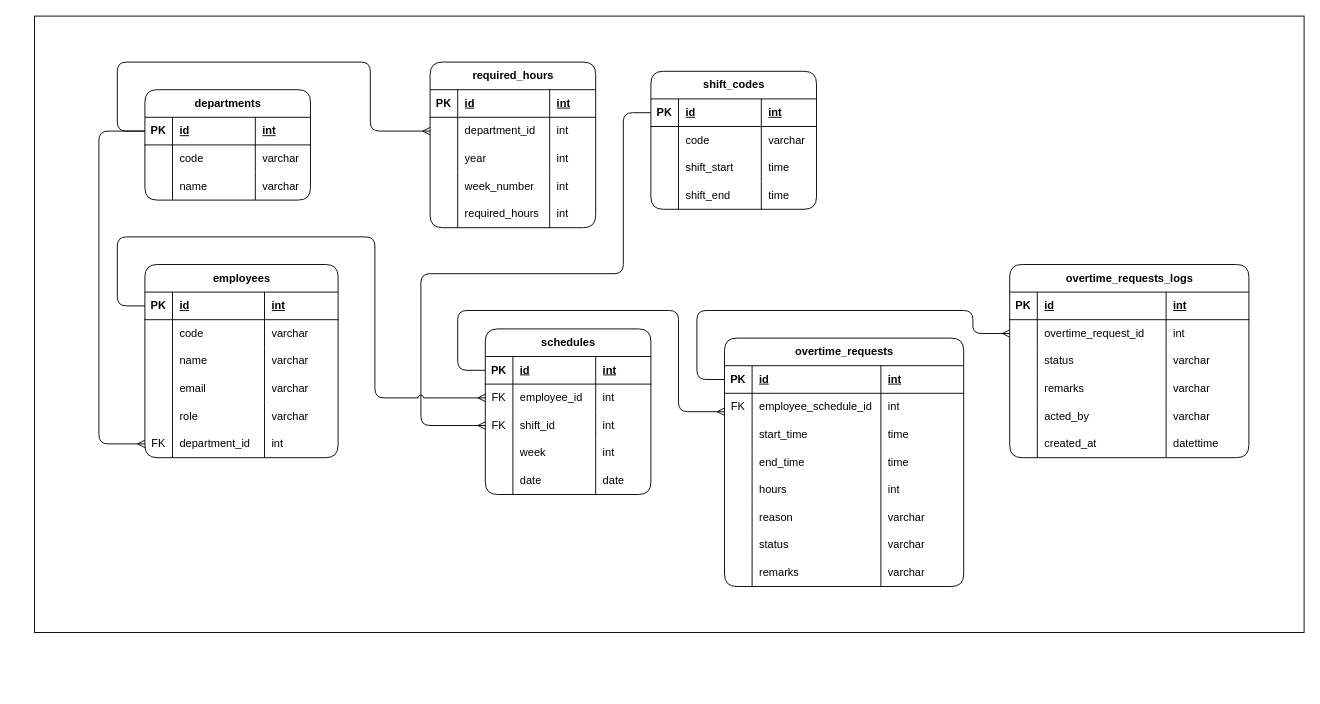
Above: overtime-tracker-erd.drawio in marksxiety/overtime-tracker-dev (draw.io), before the change. Source tidied: cells renumbered, new cells numbered last; positions are measured from the earlier drawing's top-left corner, leaving out a move shared by most shapes. Both pictures are drawn from the tidied source at 92%, with x=0, y=0 at pixel (34, 16).
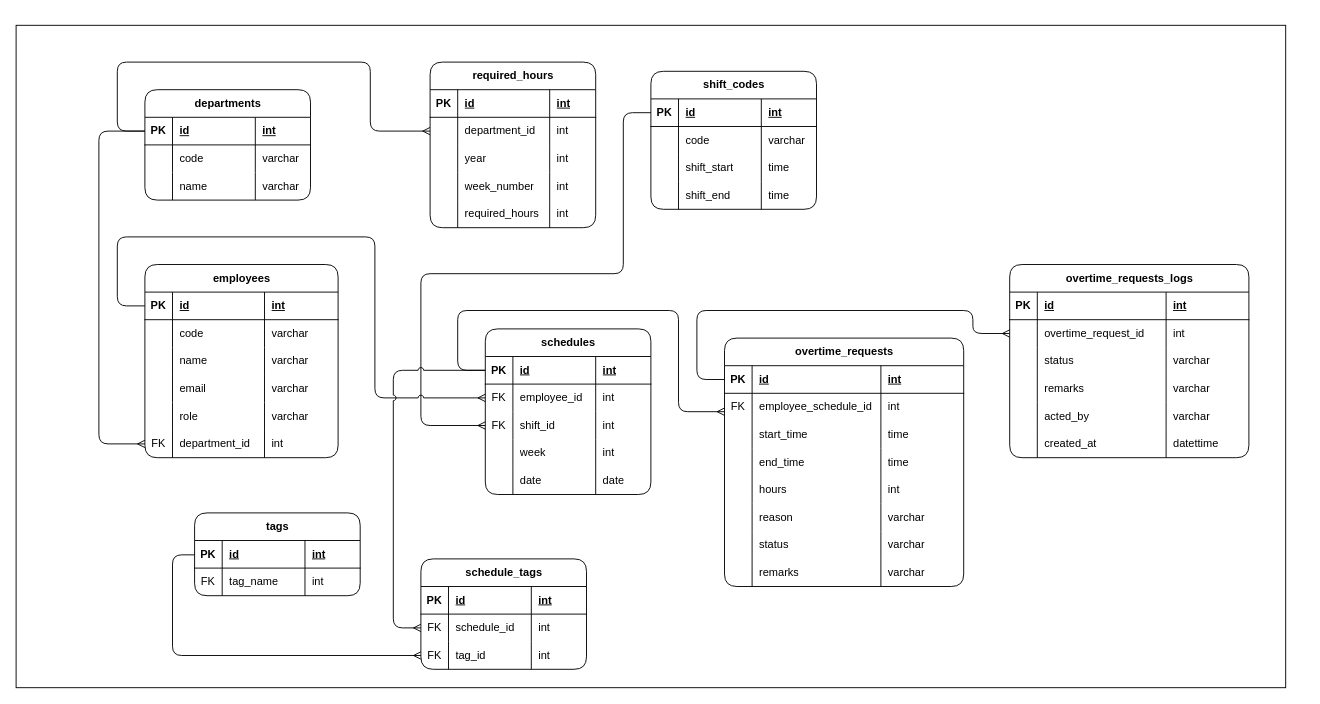
The same diagram, later.

Commit message (it also covers changes not shown here):
docs: update the ERD structure by adding tags table and schedule tags for the connection of schedules table and tags table

Unchanged cells that the change refers to:
```xml
<mxCell id="4" style="shape=tableRow;horizontal=0;startSize=0;swimlaneHead=0;swimlaneBody=0;fillColor=none;points=[[0,0.5],[1,0.5]];portConstraint=eastwest;top=0;left=0;right=0;bottom=1;" parent="3" vertex="1">
  <mxGeometry y="30" width="180" height="30" as="geometry" />
</mxCell>
```

Diff of the diagram source:
```diff
@@
     <mxCell id="2" style="rounded=0;whiteSpace=wrap;html=1;" parent="1" vertex="1">
-      <mxGeometry width="1380" height="670" as="geometry" />
+      <mxGeometry x="-20" y="10" width="1380" height="720" as="geometry" />
     </mxCell>
@@
+    <mxCell id="164" value="schedule_tags" style="shape=table;startSize=30;childLayout=tableLayout;rowLines=0;fontStyle=1;align=center;html=1;rounded=1;" parent="1" vertex="1">
+      <mxGeometry x="420" y="590" width="180" height="120" as="geometry" />
+    </mxCell>
+    <mxCell id="165" style="shape=tableRow;horizontal=0;startSize=0;swimlaneHead=0;swimlaneBody=0;fillColor=none;top=0;left=0;right=0;bottom=1;" parent="164" vertex="1">
+      <mxGeometry y="30" width="180" height="30" as="geometry" />
+    </mxCell>
+    <mxCell id="166" value="PK" style="shape=partialRectangle;fillColor=none;top=0;left=0;bottom=0;right=0;fontStyle=1;overflow=hidden;whiteSpace=wrap;html=1;" parent="165" vertex="1">
+      <mxGeometry width="30" height="30" as="geometry" />
+    </mxCell>
+    <mxCell id="167" value="id" style="shape=partialRectangle;fillColor=none;top=0;left=0;bottom=0;right=0;align=left;spacingLeft=6;fontStyle=5;overflow=hidden;whiteSpace=wrap;html=1;" parent="165" vertex="1">
+      <mxGeometry x="30" width="90" height="30" as="geometry" />
+    </mxCell>
+    <mxCell id="168" value="int" style="shape=partialRectangle;fillColor=none;top=0;left=0;bottom=0;right=0;align=left;spacingLeft=6;fontStyle=5;overflow=hidden;whiteSpace=wrap;html=1;" parent="165" vertex="1">
+      <mxGeometry x="120" width="60" height="30" as="geometry" />
+    </mxCell>
+    <mxCell id="169" style="shape=tableRow;horizontal=0;startSize=0;swimlaneHead=0;swimlaneBody=0;fillColor=none;points=[[0,0.5],[1,0.5]];portConstraint=eastwest;top=0;left=0;right=0;bottom=0;" parent="164" vertex="1">
+      <mxGeometry y="60" width="180" height="30" as="geometry" />
+    </mxCell>
+    <mxCell id="170" value="FK" style="shape=partialRectangle;fillColor=none;top=0;left=0;bottom=0;right=0;overflow=hidden;whiteSpace=wrap;html=1;" parent="169" vertex="1">
+      <mxGeometry width="30" height="30" as="geometry" />
+    </mxCell>
+    <mxCell id="171" value="schedule_id" style="shape=partialRectangle;fillColor=none;top=0;left=0;bottom=0;right=0;align=left;spacingLeft=6;overflow=hidden;whiteSpace=wrap;html=1;" parent="169" vertex="1">
+      <mxGeometry x="30" width="90" height="30" as="geometry" />
+    </mxCell>
+    <mxCell id="172" value="int" style="shape=partialRectangle;fillColor=none;top=0;left=0;bottom=0;right=0;align=left;spacingLeft=6;overflow=hidden;whiteSpace=wrap;html=1;" parent="169" vertex="1">
+      <mxGeometry x="120" width="60" height="30" as="geometry" />
+    </mxCell>
+    <mxCell id="173" style="shape=tableRow;horizontal=0;startSize=0;swimlaneHead=0;swimlaneBody=0;fillColor=none;points=[[0,0.5],[1,0.5]];portConstraint=eastwest;top=0;left=0;right=0;bottom=0;" parent="164" vertex="1">
+      <mxGeometry y="90" width="180" height="30" as="geometry" />
+    </mxCell>
+    <mxCell id="174" value="FK" style="shape=partialRectangle;fillColor=none;top=0;left=0;bottom=0;right=0;overflow=hidden;whiteSpace=wrap;html=1;" parent="173" vertex="1">
+      <mxGeometry width="30" height="30" as="geometry" />
+    </mxCell>
+    <mxCell id="175" value="tag_id" style="shape=partialRectangle;fillColor=none;top=0;left=0;bottom=0;right=0;align=left;spacingLeft=6;overflow=hidden;whiteSpace=wrap;html=1;" parent="173" vertex="1">
+      <mxGeometry x="30" width="90" height="30" as="geometry" />
+    </mxCell>
+    <mxCell id="176" value="int" style="shape=partialRectangle;fillColor=none;top=0;left=0;bottom=0;right=0;align=left;spacingLeft=6;overflow=hidden;whiteSpace=wrap;html=1;" parent="173" vertex="1">
+      <mxGeometry x="120" width="60" height="30" as="geometry" />
+    </mxCell>
+    <mxCell id="177" value="tags" style="shape=table;startSize=30;childLayout=tableLayout;rowLines=0;fontStyle=1;align=center;html=1;rounded=1;" parent="1" vertex="1">
+      <mxGeometry x="174" y="540" width="180" height="90" as="geometry" />
+    </mxCell>
+    <mxCell id="178" style="shape=tableRow;horizontal=0;startSize=0;swimlaneHead=0;swimlaneBody=0;fillColor=none;points=[[0,0.5],[1,0.5]];portConstraint=eastwest;top=0;left=0;right=0;bottom=1;" parent="177" vertex="1">
+      <mxGeometry y="30" width="180" height="30" as="geometry" />
+    </mxCell>
+    <mxCell id="179" value="PK" style="shape=partialRectangle;fillColor=none;top=0;left=0;bottom=0;right=0;fontStyle=1;overflow=hidden;whiteSpace=wrap;html=1;" parent="178" vertex="1">
+      <mxGeometry width="30" height="30" as="geometry" />
+    </mxCell>
+    <mxCell id="180" value="id" style="shape=partialRectangle;fillColor=none;top=0;left=0;bottom=0;right=0;align=left;spacingLeft=6;fontStyle=5;overflow=hidden;whiteSpace=wrap;html=1;" parent="178" vertex="1">
+      <mxGeometry x="30" width="90" height="30" as="geometry" />
+    </mxCell>
+    <mxCell id="181" value="int" style="shape=partialRectangle;fillColor=none;top=0;left=0;bottom=0;right=0;align=left;spacingLeft=6;fontStyle=5;overflow=hidden;whiteSpace=wrap;html=1;" parent="178" vertex="1">
+      <mxGeometry x="120" width="60" height="30" as="geometry" />
+    </mxCell>
+    <mxCell id="182" style="shape=tableRow;horizontal=0;startSize=0;swimlaneHead=0;swimlaneBody=0;fillColor=none;top=0;left=0;right=0;bottom=0;" parent="177" vertex="1">
+      <mxGeometry y="60" width="180" height="30" as="geometry" />
+    </mxCell>
+    <mxCell id="183" value="FK" style="shape=partialRectangle;fillColor=none;top=0;left=0;bottom=0;right=0;overflow=hidden;whiteSpace=wrap;html=1;" parent="182" vertex="1">
+      <mxGeometry width="30" height="30" as="geometry" />
+    </mxCell>
+    <mxCell id="184" value="tag_name" style="shape=partialRectangle;fillColor=none;top=0;left=0;bottom=0;right=0;align=left;spacingLeft=6;overflow=hidden;whiteSpace=wrap;html=1;" parent="182" vertex="1">
+      <mxGeometry x="30" width="90" height="30" as="geometry" />
+    </mxCell>
+    <mxCell id="185" value="int" style="shape=partialRectangle;fillColor=none;top=0;left=0;bottom=0;right=0;align=left;spacingLeft=6;overflow=hidden;whiteSpace=wrap;html=1;" parent="182" vertex="1">
+      <mxGeometry x="120" width="60" height="30" as="geometry" />
+    </mxCell>
+    <mxCell id="186" style="edgeStyle=orthogonalEdgeStyle;html=1;entryX=0;entryY=0.5;entryDx=0;entryDy=0;jumpStyle=arc;endArrow=ERmany;endFill=0;exitX=0.002;exitY=0.52;exitDx=0;exitDy=0;exitPerimeter=0;" parent="1" edge="1" source="178" target="173">
+      <mxGeometry relative="1" as="geometry">
+        <Array as="points">
+          <mxPoint x="150" y="586" />
+          <mxPoint x="150" y="695" />
+        </Array>
+      </mxGeometry>
+    </mxCell>
+    <mxCell id="187" style="edgeStyle=orthogonalEdgeStyle;html=1;exitX=0;exitY=0.5;exitDx=0;exitDy=0;entryX=0;entryY=0.5;entryDx=0;entryDy=0;endArrow=ERmany;endFill=0;jumpStyle=arc;" parent="1" edge="1" source="4" target="169">
+      <mxGeometry relative="1" as="geometry">
+        <Array as="points">
+          <mxPoint x="390" y="385" />
+          <mxPoint x="390" y="665" />
+        </Array>
+      </mxGeometry>
+    </mxCell>
```
